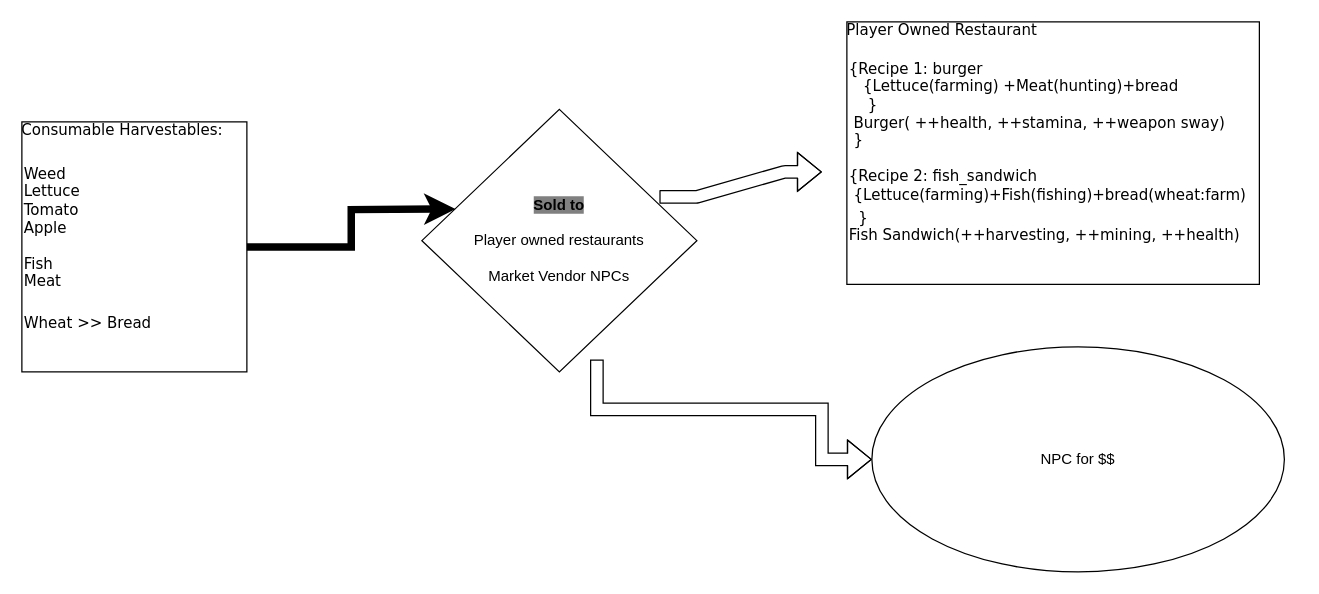
Before: Untitled Diagram.drawio in AloeSlapz/Sandbox, a draw.io diagram. Source tidied: cells renumbered, new cells numbered last; positions are measured from the earlier drawing's top-left corner, leaving out a move shared by most shapes. Both pictures are drawn from the tidied source at 125%, with x=0, y=0 at pixel (21, 21).
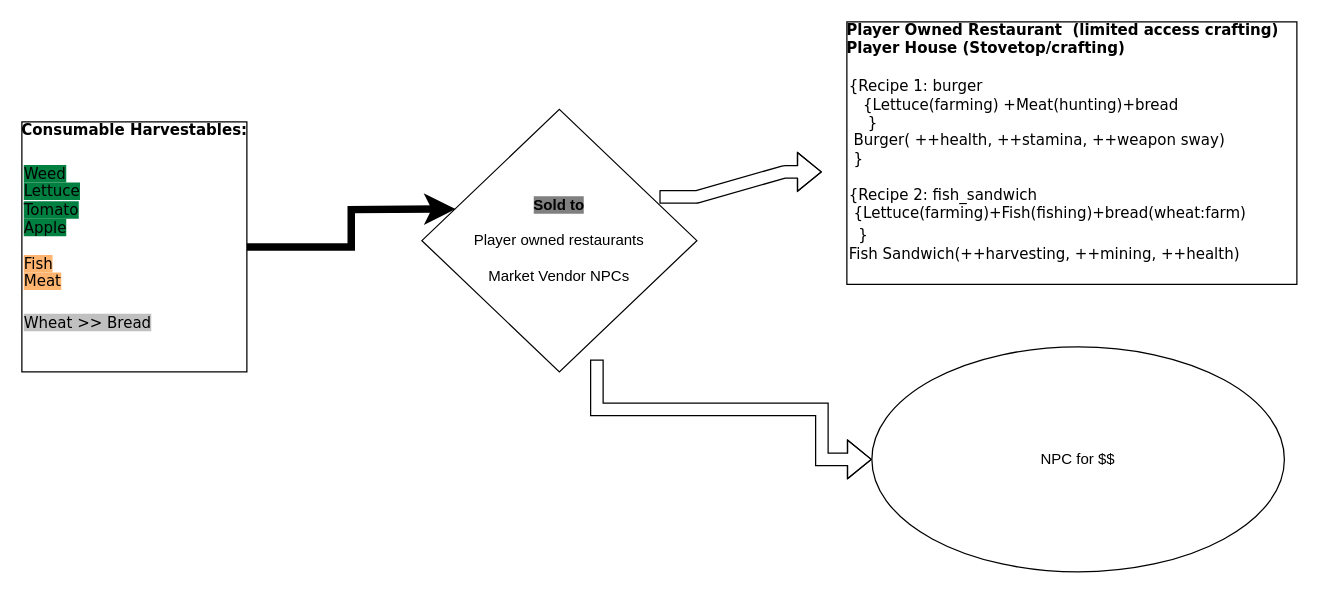
After the change.

What changed in the source:
```diff
@@
 <mxGraphModel>
   <root>
     <mxCell id="0" />
     <mxCell id="1" parent="0" />
     <mxCell id="2" value="&lt;div align=&quot;center&quot;&gt;&lt;b style=&quot;background-color: rgb(128, 128, 128);&quot;&gt;Sold to&lt;/b&gt;&lt;br&gt;&lt;/div&gt;&lt;br&gt;Player owned restaurants&lt;br&gt;&lt;br&gt;Market Vendor NPCs" style="rhombus;whiteSpace=wrap;html=1;fillColor=#FFFFFF;" parent="1" vertex="1">
       <mxGeometry x="320" y="70" width="220" height="210" as="geometry" />
     </mxCell>
-    <mxCell id="3" value="Consumable Harvestables:&lt;br&gt;&lt;table style=&quot;width:100%;font-size:1em;&quot; cellpadding=&quot;2&quot; cellspacing=&quot;0&quot;&gt;&lt;tbody&gt;&lt;tr&gt;&lt;td&gt;&lt;br&gt;&lt;/td&gt;&lt;td&gt;&lt;br&gt;&lt;/td&gt;&lt;/tr&gt;&lt;tr&gt;&lt;td&gt;Weed &lt;br&gt;Lettuce&lt;br&gt;Tomato&lt;br&gt;Apple&lt;br&gt;&lt;br&gt;Fish&lt;br&gt;Meat&lt;br&gt;&lt;br&gt;&lt;/td&gt;&lt;td&gt;&lt;br&gt;&lt;/td&gt;&lt;/tr&gt;&lt;tr&gt;&lt;td&gt;Wheat &amp;gt;&amp;gt; Bread&lt;br&gt;&lt;/td&gt;&lt;td&gt;&lt;br&gt;&lt;/td&gt;&lt;/tr&gt;&lt;/tbody&gt;&lt;/table&gt;" style="verticalAlign=top;align=left;overflow=fill;html=1;rounded=0;shadow=0;comic=0;labelBackgroundColor=none;strokeWidth=1;fontFamily=Verdana;fontSize=12;glass=0;" parent="1" vertex="1">
+    <mxCell id="3" value="&lt;b&gt;Consumable Harvestables:&lt;/b&gt;&lt;br&gt;&lt;table style=&quot;width:100%;font-size:1em;&quot; cellpadding=&quot;2&quot; cellspacing=&quot;0&quot;&gt;&lt;tbody&gt;&lt;tr&gt;&lt;td&gt;&lt;br&gt;&lt;/td&gt;&lt;td&gt;&lt;br&gt;&lt;/td&gt;&lt;/tr&gt;&lt;tr&gt;&lt;td&gt;&lt;span style=&quot;background-color: rgb(0, 128, 64);&quot;&gt;Weed &lt;br&gt;Lettuce&lt;br&gt;Tomato&lt;br&gt;Apple&lt;/span&gt;&lt;br&gt;&lt;br&gt;&lt;span style=&quot;background-color: rgb(255, 181, 112);&quot;&gt;Fish&lt;br&gt;Meat&lt;/span&gt;&lt;br&gt;&lt;br&gt;&lt;/td&gt;&lt;td&gt;&lt;br&gt;&lt;/td&gt;&lt;/tr&gt;&lt;tr&gt;&lt;td&gt;&lt;span style=&quot;background-color: rgb(192, 192, 192);&quot;&gt;Wheat &amp;gt;&amp;gt; Bread&lt;/span&gt;&lt;br&gt;&lt;/td&gt;&lt;td&gt;&lt;br&gt;&lt;/td&gt;&lt;/tr&gt;&lt;/tbody&gt;&lt;/table&gt;" style="verticalAlign=top;align=left;overflow=fill;html=1;rounded=0;shadow=0;comic=0;labelBackgroundColor=none;strokeWidth=1;fontFamily=Verdana;fontSize=12;glass=0;" parent="1" vertex="1">
       <mxGeometry y="80" width="180" height="200" as="geometry" />
     </mxCell>
     <mxCell id="4" style="edgeStyle=entityRelationEdgeStyle;html=1;labelBackgroundColor=none;startArrow=none;endArrow=ERoneToMany;fontFamily=Verdana;fontSize=12;align=left;shape=flexArrow;startFill=0;" parent="1" edge="1">
       <mxGeometry relative="1" as="geometry">
         <mxPoint x="510" y="140" as="sourcePoint" />
         <mxPoint x="640" y="120" as="targetPoint" />
       </mxGeometry>
     </mxCell>
-    <mxCell id="5" value="Player Owned Restaurant &lt;br&gt;&lt;table style=&quot;width:100%;font-size:1em;&quot; cellpadding=&quot;2&quot; cellspacing=&quot;0&quot;&gt;&lt;tbody&gt;&lt;tr&gt;&lt;td&gt;&lt;br&gt;{Recipe 1: burger&lt;br&gt;&amp;nbsp;&amp;nbsp; {Lettuce(farming) +Meat(hunting)+bread &lt;br&gt;&amp;nbsp;&amp;nbsp;&amp;nbsp; }&lt;br&gt;&amp;nbsp;Burger( ++health, ++stamina, ++weapon sway)&lt;br&gt;&amp;nbsp;}&lt;br&gt;&lt;br&gt;{Recipe 2: fish_sandwich&lt;br&gt;&amp;nbsp;{Lettuce(farming)+Fish(fishing)+bread(wheat:farm) &amp;nbsp; &lt;br&gt;&lt;/td&gt;&lt;td&gt;&lt;br&gt;&lt;/td&gt;&lt;/tr&gt;&lt;tr&gt;&lt;td&gt;&amp;nbsp; }&lt;br&gt;Fish Sandwich(++harvesting, ++mining, ++health)&lt;br&gt;&lt;/td&gt;&lt;td&gt;&lt;br&gt;&lt;/td&gt;&lt;/tr&gt;&lt;tr&gt;&lt;td&gt;&lt;br&gt;&lt;br&gt;&lt;br&gt;&lt;/td&gt;&lt;td&gt;&lt;br&gt;&lt;/td&gt;&lt;/tr&gt;&lt;/tbody&gt;&lt;/table&gt;" style="verticalAlign=top;align=left;overflow=fill;html=1;rounded=0;shadow=0;comic=0;labelBackgroundColor=none;strokeWidth=1;fontFamily=Verdana;fontSize=12;" parent="1" vertex="1">
-      <mxGeometry x="660" width="330" height="210" as="geometry" />
+    <mxCell id="5" value="&lt;div&gt;&lt;b&gt;Player Owned Restaurant&amp;nbsp; (limited access crafting)&lt;/b&gt;&lt;/div&gt;&lt;div&gt;&lt;b&gt;Player House (Stovetop/crafting)&lt;br&gt;&lt;/b&gt;&lt;/div&gt;&lt;table style=&quot;width:100%;font-size:1em;&quot; cellpadding=&quot;2&quot; cellspacing=&quot;0&quot;&gt;&lt;tbody&gt;&lt;tr&gt;&lt;td&gt;&lt;br&gt;{Recipe 1: burger&lt;br&gt;&amp;nbsp;&amp;nbsp; {Lettuce(farming) +Meat(hunting)+bread &lt;br&gt;&amp;nbsp;&amp;nbsp;&amp;nbsp; }&lt;br&gt;&amp;nbsp;Burger( ++health, ++stamina, ++weapon sway)&lt;br&gt;&amp;nbsp;}&lt;br&gt;&lt;br&gt;{Recipe 2: fish_sandwich&lt;br&gt;&amp;nbsp;{Lettuce(farming)+Fish(fishing)+bread(wheat:farm) &amp;nbsp; &lt;br&gt;&lt;/td&gt;&lt;td&gt;&lt;br&gt;&lt;/td&gt;&lt;/tr&gt;&lt;tr&gt;&lt;td&gt;&amp;nbsp; }&lt;br&gt;Fish Sandwich(++harvesting, ++mining, ++health)&lt;br&gt;&lt;/td&gt;&lt;td&gt;&lt;br&gt;&lt;/td&gt;&lt;/tr&gt;&lt;tr&gt;&lt;td&gt;&lt;br&gt;&lt;br&gt;&lt;br&gt;&lt;/td&gt;&lt;td&gt;&lt;br&gt;&lt;/td&gt;&lt;/tr&gt;&lt;/tbody&gt;&lt;/table&gt;" style="verticalAlign=top;align=left;overflow=fill;html=1;rounded=0;shadow=0;comic=0;labelBackgroundColor=none;strokeWidth=1;fontFamily=Verdana;fontSize=12;" parent="1" vertex="1">
+      <mxGeometry x="660" width="360" height="210" as="geometry" />
     </mxCell>
     <mxCell id="6" style="edgeStyle=orthogonalEdgeStyle;rounded=0;jettySize=auto;html=1;exitX=1;exitY=0.5;exitDx=0;exitDy=0;entryX=-0.017;entryY=0.382;entryDx=0;entryDy=0;entryPerimeter=0;strokeWidth=6;" parent="1" edge="1" source="3">
       <mxGeometry relative="1" as="geometry">
         <mxPoint x="346.9" y="149.7" as="targetPoint" />
       </mxGeometry>
     </mxCell>
     <mxCell id="7" style="endArrow=block;html=1;rounded=0;exitX=1;exitY=1;exitDx=0;exitDy=0;edgeStyle=orthogonalEdgeStyle;curved=1;startArrow=none;startFill=0;shape=flexArrow;" parent="1" edge="1" target="8">
       <mxGeometry relative="1" as="geometry">
         <mxPoint x="460" y="270" as="sourcePoint" />
         <Array as="points">
           <mxPoint x="460" y="310" />
           <mxPoint x="640" y="310" />
           <mxPoint x="640" y="350" />
         </Array>
       </mxGeometry>
     </mxCell>
     <mxCell id="8" value="NPC for $$" style="ellipse;whiteSpace=wrap;html=1;" parent="1" vertex="1">
       <mxGeometry x="680" y="260" width="330" height="180" as="geometry" />
     </mxCell>
   </root>
 </mxGraphModel>
```
